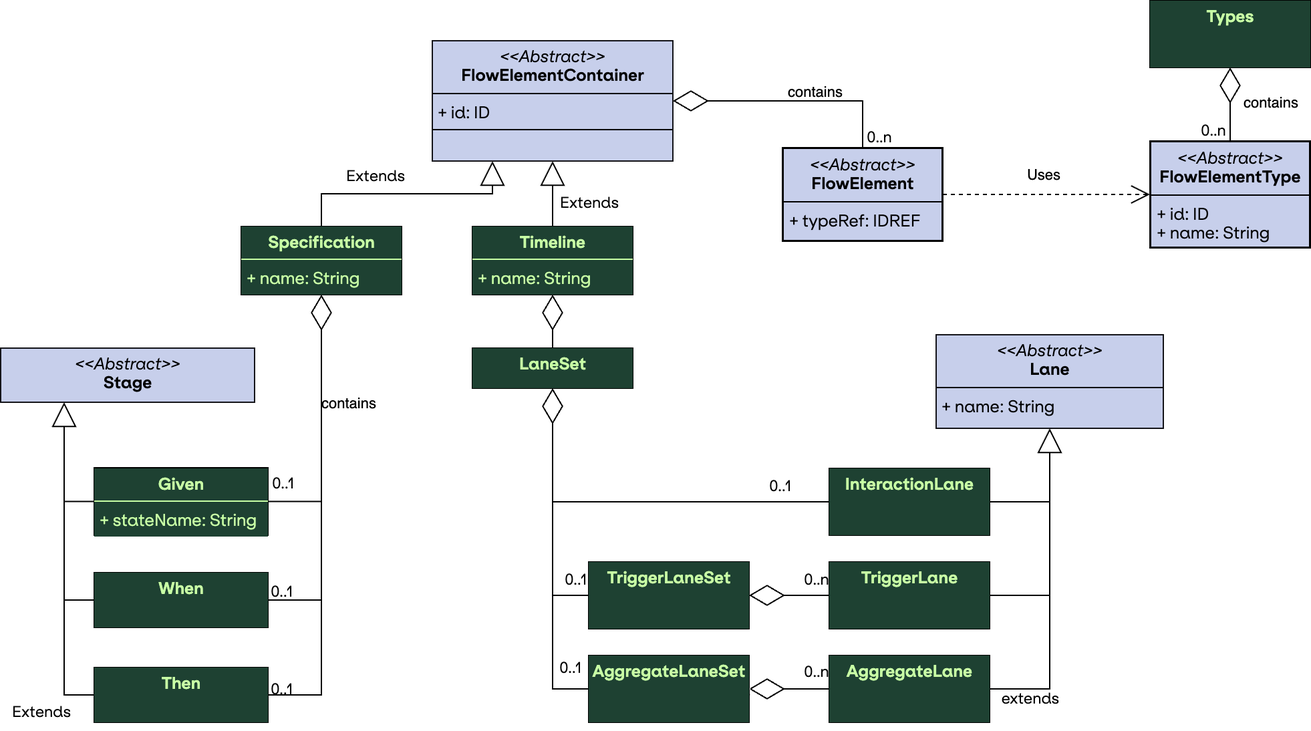
The draw.io diagram docs/assets/img/emn_rootElements.drawio.png in holixon/emn, before a commit. Source tidied: cells renumbered, new cells last; positions are measured from the earlier drawing's top-left corner, leaving out a move shared by most shapes.
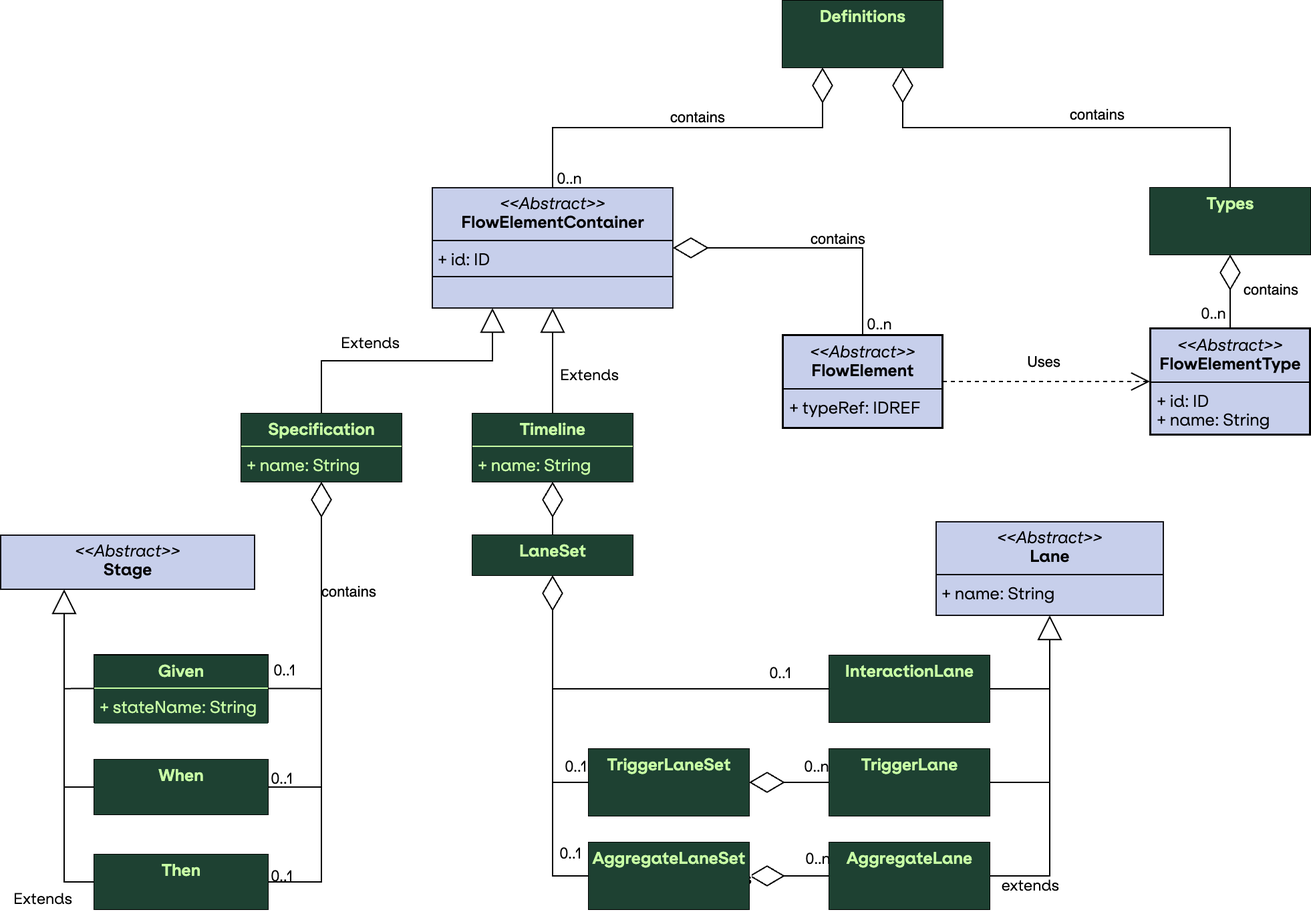
The same file after the commit.

Commit message:
include Definitions in rootElements diagram

The edit, as a diff of the source:
```diff
@@ -18,7 +18,7 @@
       <mxGeometry x="620" y="420" width="120" height="50" as="geometry" />
     </mxCell>
     <mxCell id="7" value="&lt;p style=&quot;margin:0px;margin-top:4px;text-align:center;&quot;&gt;&lt;i&gt;&amp;lt;&amp;lt;Abstract&amp;gt;&amp;gt;&lt;/i&gt;&lt;br&gt;&lt;b&gt;FlowElementContainer&lt;/b&gt;&lt;/p&gt;&lt;hr size=&quot;1&quot; style=&quot;border-style:solid;&quot;&gt;&lt;p style=&quot;margin:0px;margin-left:4px;&quot;&gt;+ id: ID&lt;br&gt;&lt;/p&gt;&lt;hr size=&quot;1&quot; style=&quot;border-style:solid;&quot;&gt;&lt;p style=&quot;margin:0px;margin-left:4px;&quot;&gt;&lt;br&gt;&lt;/p&gt;" style="verticalAlign=top;align=left;overflow=fill;html=1;whiteSpace=wrap;fontFamily=ES Klarheit Kurrent RD;fillColor=#C7CFEB;strokeColor=#141419;" parent="1" vertex="1">
-      <mxGeometry x="323" y="30" width="180" height="90" as="geometry" />
+      <mxGeometry x="323" width="180" height="90" as="geometry" />
     </mxCell>
     <mxCell id="8" value="&lt;p style=&quot;margin:0px;margin-top:4px;text-align:center;&quot;&gt;&lt;b&gt;Timeline&lt;/b&gt;&lt;/p&gt;&lt;hr size=&quot;1&quot; style=&quot;border-style:solid;&quot;&gt;&lt;p style=&quot;margin:0px;margin-left:4px;&quot;&gt;+ name: String&lt;/p&gt;&lt;p style=&quot;margin:0px;margin-left:4px;&quot;&gt;&lt;br&gt;&lt;/p&gt;" style="verticalAlign=top;align=left;overflow=fill;html=1;whiteSpace=wrap;labelBackgroundColor=#1E4132;fontFamily=ES Klarheit Kurrent RD;fontColor=#C8FFA5;" parent="1" vertex="1">
       <mxGeometry x="353" y="169" width="120" height="51" as="geometry" />
@@ -188,5 +188,27 @@
     <mxCell id="53" value="0..n" style="edgeLabel;html=1;align=center;verticalAlign=middle;labelBackgroundColor=none;fontFamily=ES Klarheit Kurrent RD;" parent="1" vertex="1">
       <mxGeometry x="657" y="101" as="geometry" />
     </mxCell>
+    <mxCell id="54" value="&lt;p style=&quot;margin:0px;margin-top:4px;text-align:center;&quot;&gt;&lt;b&gt;Definitions&lt;/b&gt;&lt;/p&gt;" style="verticalAlign=top;align=left;overflow=fill;html=1;whiteSpace=wrap;labelBackgroundColor=#1E4132;fontFamily=ES Klarheit Kurrent RD;fontColor=#C8FFA5;" parent="1" vertex="1">
+      <mxGeometry x="585" y="-140" width="120" height="50" as="geometry" />
+    </mxCell>
+    <mxCell id="55" style="endArrow=diamondThin;endFill=0;endSize=24;html=1;rounded=0;entryX=0.25;entryY=1;entryDx=0;entryDy=0;exitX=0.5;exitY=0;exitDx=0;exitDy=0;edgeStyle=orthogonalEdgeStyle;" parent="1" edge="1" source="7" target="54">
+      <mxGeometry relative="1" as="geometry" />
+    </mxCell>
+    <mxCell id="56" value="contains" style="edgeLabel;html=1;align=center;verticalAlign=middle;labelBackgroundColor=none;" parent="55" vertex="1">
+      <mxGeometry x="0.32" relative="1" as="geometry">
+        <mxPoint x="-40" y="-8" as="offset" />
+      </mxGeometry>
+    </mxCell>
+    <mxCell id="57" style="endArrow=diamondThin;endFill=0;endSize=24;html=1;rounded=0;entryX=0.75;entryY=1;entryDx=0;entryDy=0;exitX=0.5;exitY=0;exitDx=0;exitDy=0;edgeStyle=orthogonalEdgeStyle;" parent="1" edge="1" source="50" target="54">
+      <mxGeometry relative="1" as="geometry" />
+    </mxCell>
+    <mxCell id="58" value="contains" style="edgeLabel;html=1;align=center;verticalAlign=middle;" parent="57" vertex="1">
+      <mxGeometry x="-0.16" y="2" relative="1" as="geometry">
+        <mxPoint x="-5" y="-12" as="offset" />
+      </mxGeometry>
+    </mxCell>
+    <mxCell id="59" value="0..n" style="edgeLabel;html=1;align=center;verticalAlign=middle;labelBackgroundColor=none;fontFamily=ES Klarheit Kurrent RD;" parent="1" vertex="1">
+      <mxGeometry x="425" y="-8" as="geometry" />
+    </mxCell>
   </root>
 </mxGraphModel>
```
